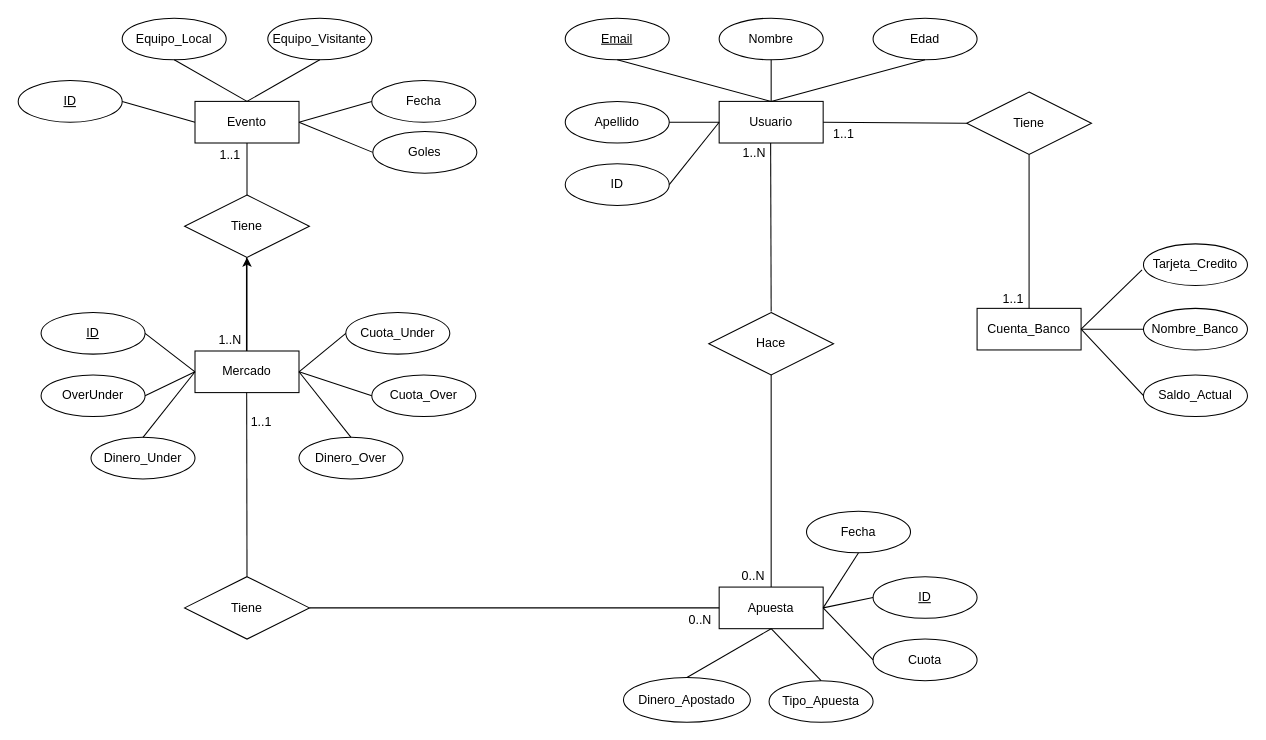
Earlier version of the draw.io diagram Modelos/Diseño_Conceptual/Diagrama.drawio (yomismomismo/PlaceMyBetAE5). Source tidied: cells renumbered, new cells numbered last; positions are measured from the earlier drawing's top-left corner, leaving out a move shared by most shapes. Both pictures are drawn from the tidied source at 104%, with x=0, y=0 at pixel (18, 18).
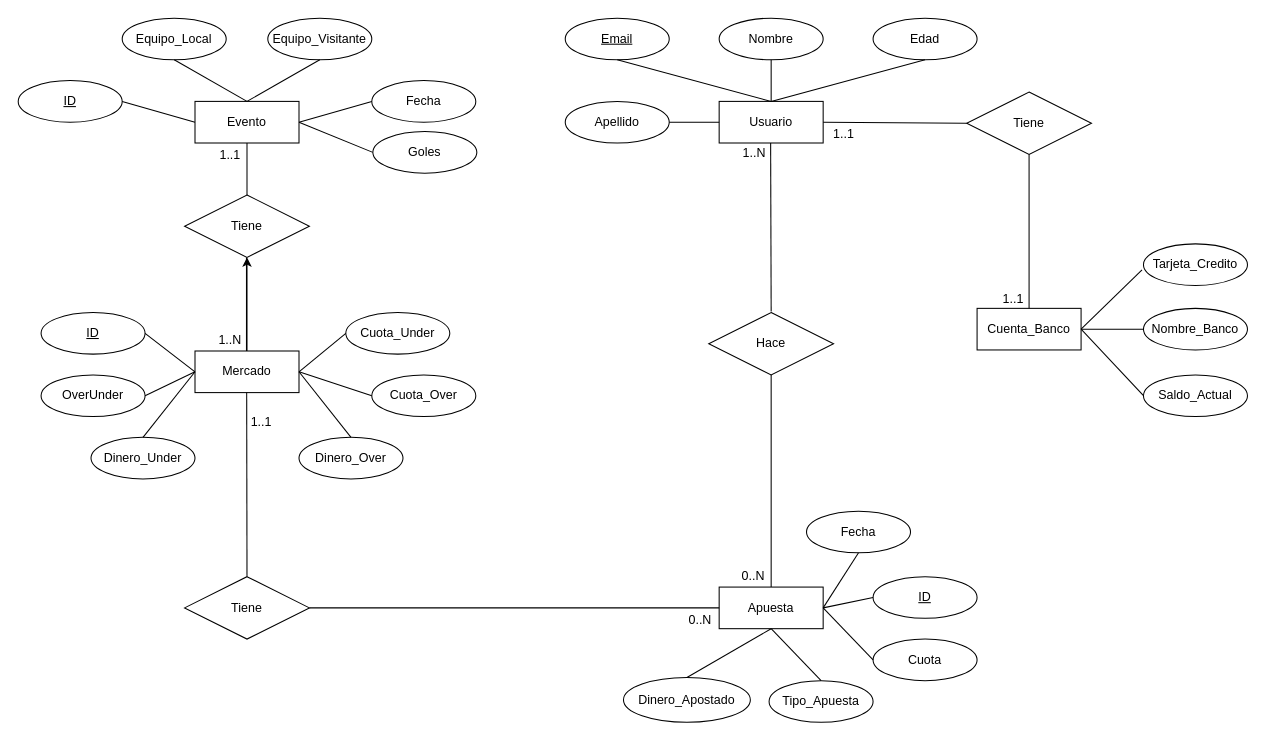
Above is the later version.

Unchanged cells that the change refers to:
```xml
<mxCell id="24" value="Usuario" style="whiteSpace=wrap;html=1;align=center;" parent="1" vertex="1">
  <mxGeometry x="674" y="80" width="100" height="40" as="geometry" />
</mxCell>
```

Diff of the diagram source:
```diff
@@
-    <mxCell id="72" value="ID" style="ellipse;whiteSpace=wrap;html=1;align=center;" parent="1" vertex="1">
-      <mxGeometry x="526" y="140" width="100" height="40" as="geometry" />
-    </mxCell>
-    <mxCell id="73" style="endArrow=none;html=1;rounded=0;exitX=1;exitY=0.5;exitDx=0;exitDy=0;entryX=0;entryY=0.5;entryDx=0;entryDy=0;" parent="1" edge="1" source="72" target="24">
-      <mxGeometry relative="1" as="geometry" />
-    </mxCell>
```
